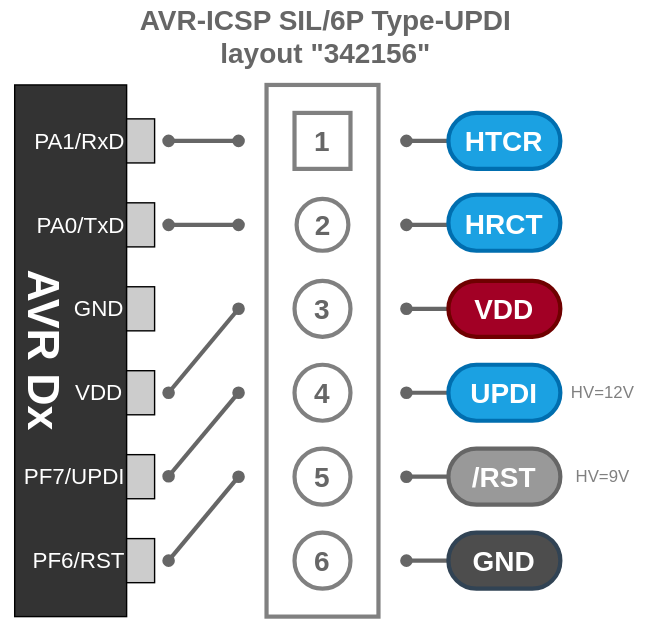
Earlier version of the draw.io export svg/AVR-ICSP-S6P-UPDI-342156.drawio.svg (askn37/askn37.github.io). Source tidied: cells renumbered, new cells last; positions are measured from the earlier drawing's top-left corner, leaving out a move shared by most shapes.
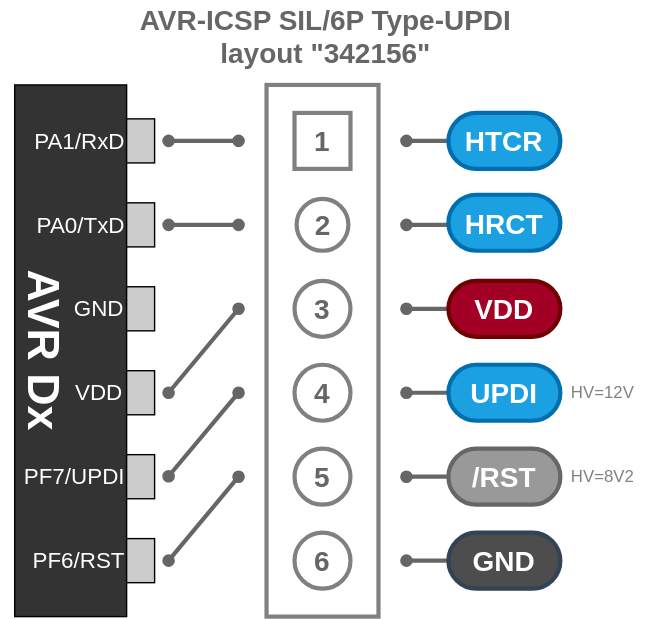
The same diagram one commit later.

Diff of the diagram source:
```diff
@@ -125,8 +125,8 @@
     <mxCell id="32" value="HRCT" style="rounded=1;whiteSpace=wrap;html=1;fontSize=20;strokeWidth=3;fontStyle=1;fillColor=#1ba1e2;strokeColor=#006EAF;fontColor=#ffffff;arcSize=50;" parent="1" vertex="1">
       <mxGeometry x="460" y="138.5" width="80" height="40" as="geometry" />
     </mxCell>
-    <mxCell id="33" value="HV=9V" style="text;html=1;align=center;verticalAlign=middle;strokeColor=none;fillColor=none;fontColor=#808080;" parent="1" vertex="1">
-      <mxGeometry x="545" y="330" width="50" height="20" as="geometry" />
+    <mxCell id="33" value="HV=8V2" style="text;html=1;align=center;verticalAlign=middle;strokeColor=none;fillColor=none;fontColor=#808080;" parent="1" vertex="1">
+      <mxGeometry x="535" y="325" width="70" height="30" as="geometry" />
     </mxCell>
     <mxCell id="34" style="html=1;fontSize=32;fontColor=#FFFFFF;startArrow=oval;startFill=1;endArrow=oval;endFill=1;strokeWidth=3;strokeColor=#666666;" parent="1" edge="1">
       <mxGeometry relative="1" as="geometry">
```
